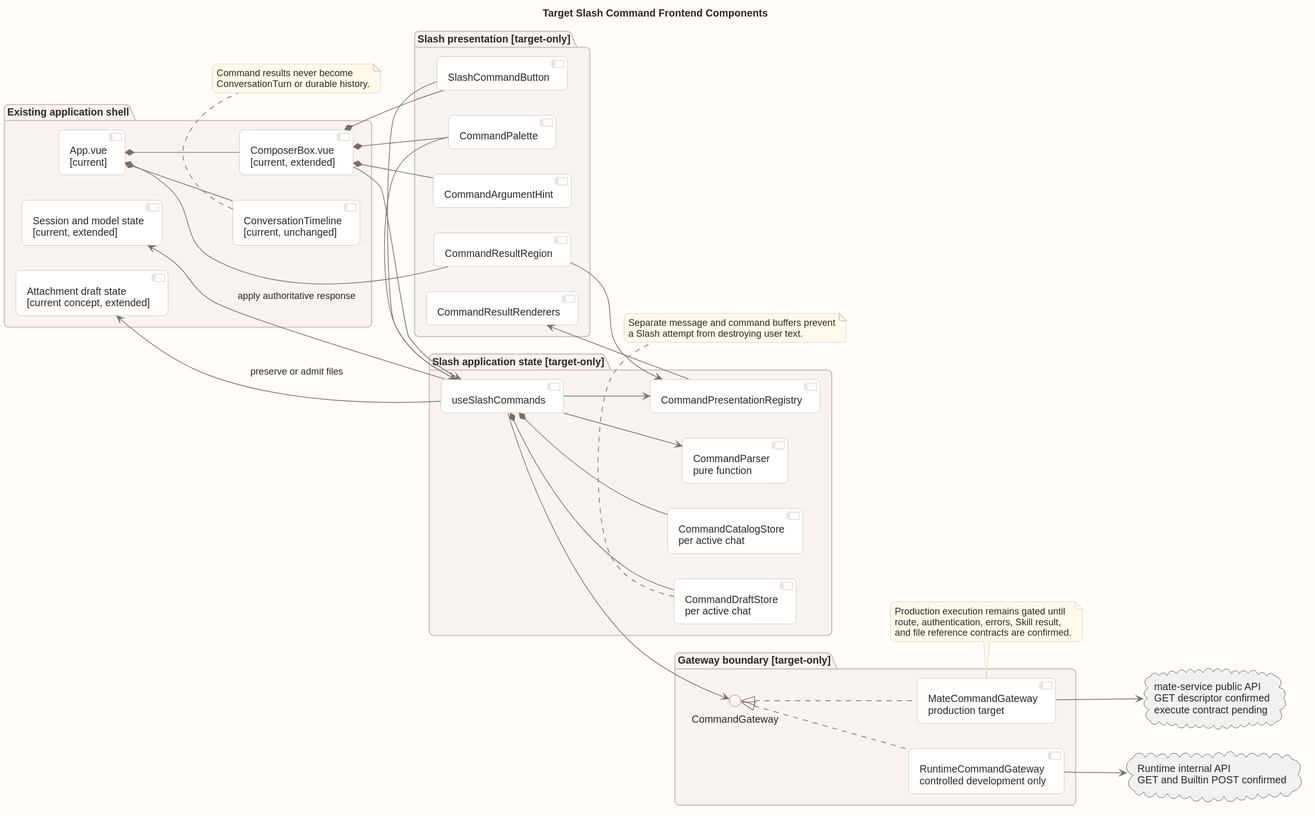
Earlier version of the PlantUML export 04-命令与技能/00-Slash-Command通用模块/前端设计/target_slash_command_frontend_components.svg (ssm0808/pi-mono-java-design). The source it was exported from:
```plantuml
@startuml
title Target Slash Command Frontend Components


skinparam backgroundColor #FFFCFA
skinparam shadowing false
skinparam roundcorner 12
skinparam defaultFontName Arial
skinparam defaultFontColor #2C2724
skinparam ArrowColor #7A6F69
skinparam packageBorderColor #CDBEB6
skinparam packageBackgroundColor #F8F3F0
skinparam componentBorderColor #BFAEA5
skinparam componentBackgroundColor #FFFFFF
skinparam interfaceBorderColor #A9472B
skinparam interfaceBackgroundColor #FFF6F1
skinparam noteBorderColor #CDBEB6
skinparam noteBackgroundColor #FFF9E8
left to right direction

package "Existing application shell" as ExistingPkg {
  component "App.vue\n[current]" as App
  component "ComposerBox.vue\n[current, extended]" as Composer
  component "ConversationTimeline\n[current, unchanged]" as Timeline
  component "Session and model state\n[current, extended]" as SessionState
  component "Attachment draft state\n[current concept, extended]" as AttachmentState
}

package "Slash presentation [target-only]" as PresentationPkg {
  component "SlashCommandButton" as SlashButton
  component "CommandPalette" as Palette
  component "CommandArgumentHint" as ArgumentHint
  component "CommandResultRegion" as ResultRegion
  component "CommandResultRenderers" as Renderers
}

package "Slash application state [target-only]" as StatePkg {
  component "useSlashCommands" as UseSlash
  component "CommandDraftStore\nper active chat" as DraftStore
  component "CommandCatalogStore\nper active chat" as CatalogStore
  component "CommandParser\npure function" as Parser
  component "CommandPresentationRegistry" as Registry
}

package "Gateway boundary [target-only]" as GatewayPkg {
  interface "CommandGateway" as Gateway
  component "MateCommandGateway\nproduction target" as MateGateway
  component "RuntimeCommandGateway\ncontrolled development only" as RuntimeGateway
}

cloud "mate-service public API\nGET descriptor confirmed\nexecute contract pending" as MateApi
cloud "Runtime internal API\nGET and Builtin POST confirmed" as RuntimeApi

App *-- Composer
App *-- Timeline
App *-- ResultRegion
Composer *-- SlashButton
Composer *-- Palette
Composer *-- ArgumentHint
Composer --> UseSlash
SlashButton --> UseSlash
Palette --> UseSlash
ResultRegion --> Registry
UseSlash *-- DraftStore
UseSlash *-- CatalogStore
UseSlash --> Parser
UseSlash --> Registry
UseSlash --> Gateway
UseSlash --> SessionState : apply authoritative response
UseSlash --> AttachmentState : preserve or admit files
Registry --> Renderers
Gateway <|.. MateGateway
Gateway <|.. RuntimeGateway
MateGateway --> MateApi
RuntimeGateway --> RuntimeApi

note bottom of Timeline
  Command results never become
  ConversationTurn or durable history.
end note

note bottom of MateGateway
  Production execution remains gated until
  route, authentication, errors, Skill result,
  and file reference contracts are confirmed.
end note

note bottom of DraftStore
  Separate message and command buffers prevent
  a Slash attempt from destroying user text.
end note
@enduml
```
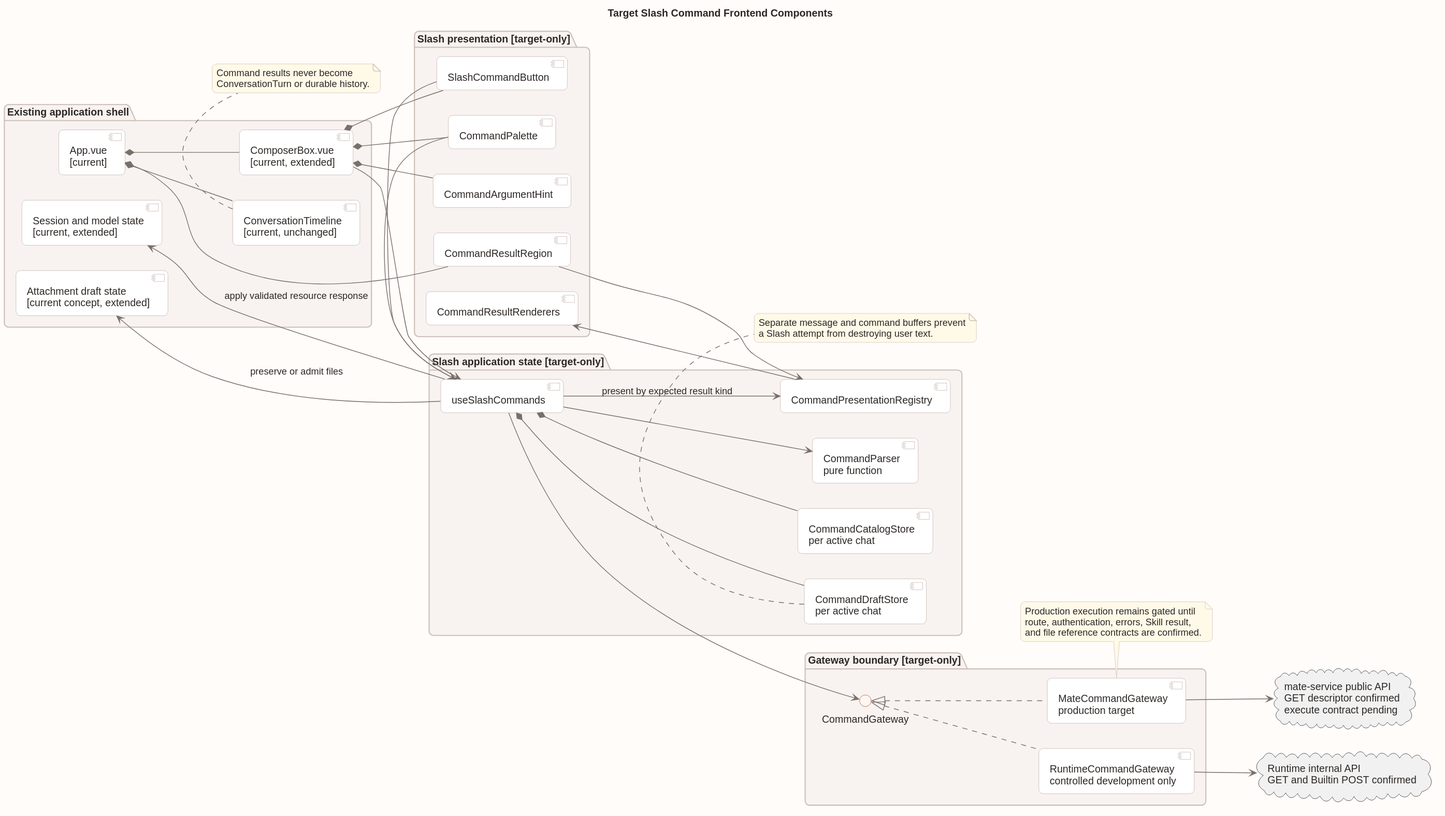
After the commit.

Commit message:
docs(command): 补充前端响应判别设计

Diff of the diagram source:
```diff
@@ -64,9 +64,9 @@
 UseSlash *-- DraftStore
 UseSlash *-- CatalogStore
 UseSlash --> Parser
-UseSlash --> Registry
+UseSlash --> Registry : present by expected result kind
 UseSlash --> Gateway
-UseSlash --> SessionState : apply authoritative response
+UseSlash --> SessionState : apply validated resource response
 UseSlash --> AttachmentState : preserve or admit files
 Registry --> Renderers
 Gateway <|.. MateGateway
```
